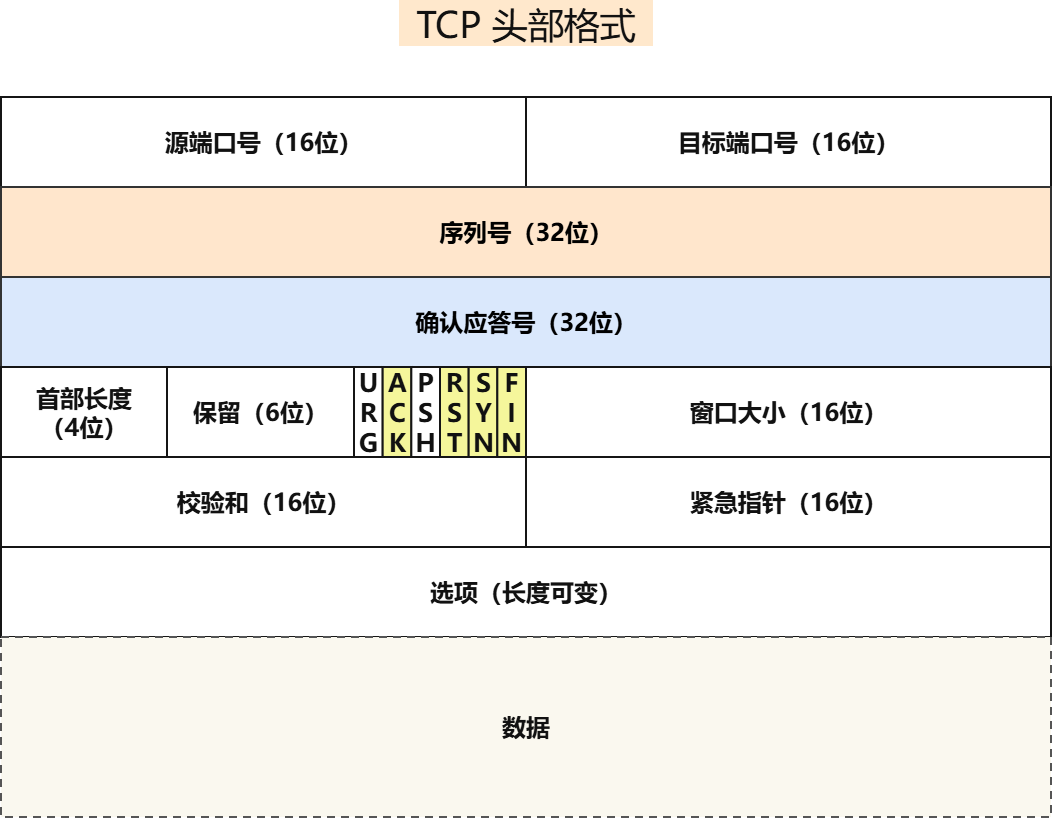
Above: network/TCP 头部格式.drawio.png in oHo404/imgrepo (draw.io), before the change. Source tidied: cells renumbered, new cells last; positions are measured from the earlier drawing's top-left corner, leaving out a move shared by most shapes. Source of this version:
```xml
<mxGraphModel>
  <root>
    <mxCell id="0" />
    <mxCell id="1" parent="0" />
    <mxCell id="2" value="TCP 头部格式" style="rounded=0;whiteSpace=wrap;html=0;align=center;verticalAlign=middle;fontFamily=Microsoft YaHei;fontSize=24;fontStyle=1;fontColor=#111111;strokeColor=#151515;strokeWidth=2;fillColor=#FFE8CC;spacing=0;strokeColor=none;fontSize=36;fontStyle=0;" parent="1" vertex="1">
      <mxGeometry x="398" width="254" height="46" as="geometry" />
    </mxCell>
    <mxCell id="3" value="源端口号（16位）" style="rounded=0;whiteSpace=wrap;html=0;align=center;verticalAlign=middle;fontFamily=Microsoft YaHei;fontSize=24;fontStyle=1;fontColor=#111111;strokeColor=#151515;strokeWidth=2;fillColor=#FFFFFF;spacing=0;" parent="1" vertex="1">
      <mxGeometry y="97" width="525" height="90" as="geometry" />
    </mxCell>
    <mxCell id="4" value="目标端口号（16位）" style="rounded=0;whiteSpace=wrap;html=0;align=center;verticalAlign=middle;fontFamily=Microsoft YaHei;fontSize=24;fontStyle=1;fontColor=#111111;strokeColor=#151515;strokeWidth=2;fillColor=#FFFFFF;spacing=0;" parent="1" vertex="1">
      <mxGeometry x="525" y="97" width="525" height="90" as="geometry" />
    </mxCell>
    <mxCell id="5" value="序列号（32位）" style="rounded=0;whiteSpace=wrap;html=0;align=center;verticalAlign=middle;fontFamily=Microsoft YaHei;fontSize=24;fontStyle=1;strokeColor=#333333;strokeWidth=2;fillColor=#ffe6cc;spacing=0;" parent="1" vertex="1">
      <mxGeometry y="187" width="1050" height="90" as="geometry" />
    </mxCell>
    <mxCell id="6" value="确认应答号（32位）" style="rounded=0;whiteSpace=wrap;html=0;align=center;verticalAlign=middle;fontFamily=Microsoft YaHei;fontSize=24;fontStyle=1;strokeColor=#333333;strokeWidth=2;fillColor=#dae8fc;spacing=0;" parent="1" vertex="1">
      <mxGeometry y="277" width="1050" height="90" as="geometry" />
    </mxCell>
    <mxCell id="7" value="首部长度&#10;（4位）" style="rounded=0;whiteSpace=wrap;html=0;align=center;verticalAlign=middle;fontFamily=Microsoft YaHei;fontSize=24;fontStyle=1;fontColor=#111111;strokeColor=#151515;strokeWidth=2;fillColor=#FFFFFF;spacing=0;" parent="1" vertex="1">
      <mxGeometry y="367" width="166" height="90" as="geometry" />
    </mxCell>
    <mxCell id="8" value="保留（6位）" style="rounded=0;whiteSpace=wrap;html=0;align=center;verticalAlign=middle;fontFamily=Microsoft YaHei;fontSize=24;fontStyle=1;fontColor=#111111;strokeColor=#151515;strokeWidth=2;fillColor=#FFFFFF;spacing=0;" parent="1" vertex="1">
      <mxGeometry x="166" y="367" width="187" height="90" as="geometry" />
    </mxCell>
    <mxCell id="9" value="U&#10;R&#10;G" style="rounded=0;whiteSpace=wrap;html=0;align=center;verticalAlign=middle;fontFamily=Microsoft YaHei;fontSize=24;fontStyle=1;fontColor=#111111;strokeColor=#151515;strokeWidth=2;fillColor=#FFFFFF;spacing=0;fontSize=25;spacing=0;" parent="1" vertex="1">
      <mxGeometry x="353" y="367" width="28.7" height="90" as="geometry" />
    </mxCell>
    <mxCell id="10" value="A&#10;C&#10;K" style="rounded=0;whiteSpace=wrap;html=0;align=center;verticalAlign=middle;fontFamily=Microsoft YaHei;fontSize=24;fontStyle=1;fontColor=#111111;strokeColor=#151515;strokeWidth=2;fillColor=#F5F69B;spacing=0;fontSize=25;spacing=0;" parent="1" vertex="1">
      <mxGeometry x="381.7" y="367" width="28.7" height="90" as="geometry" />
    </mxCell>
    <mxCell id="11" value="P&#10;S&#10;H" style="rounded=0;whiteSpace=wrap;html=0;align=center;verticalAlign=middle;fontFamily=Microsoft YaHei;fontSize=24;fontStyle=1;fontColor=#111111;strokeColor=#151515;strokeWidth=2;fillColor=#FFFFFF;spacing=0;fontSize=25;spacing=0;" parent="1" vertex="1">
      <mxGeometry x="410.3" y="367" width="28.7" height="90" as="geometry" />
    </mxCell>
    <mxCell id="12" value="R&#10;S&#10;T" style="rounded=0;whiteSpace=wrap;html=0;align=center;verticalAlign=middle;fontFamily=Microsoft YaHei;fontSize=24;fontStyle=1;fontColor=#111111;strokeColor=#151515;strokeWidth=2;fillColor=#F5F69B;spacing=0;fontSize=25;spacing=0;" parent="1" vertex="1">
      <mxGeometry x="439" y="367" width="28.7" height="90" as="geometry" />
    </mxCell>
    <mxCell id="13" value="S&#10;Y&#10;N" style="rounded=0;whiteSpace=wrap;html=0;align=center;verticalAlign=middle;fontFamily=Microsoft YaHei;fontSize=24;fontStyle=1;fontColor=#111111;strokeColor=#151515;strokeWidth=2;fillColor=#F5F69B;spacing=0;fontSize=25;spacing=0;" parent="1" vertex="1">
      <mxGeometry x="467.7" y="367" width="28.7" height="90" as="geometry" />
    </mxCell>
    <mxCell id="14" value="F&#10;I&#10;N" style="rounded=0;whiteSpace=wrap;html=0;align=center;verticalAlign=middle;fontFamily=Microsoft YaHei;fontSize=24;fontStyle=1;fontColor=#111111;strokeColor=#151515;strokeWidth=2;fillColor=#F5F69B;spacing=0;fontSize=25;spacing=0;" parent="1" vertex="1">
      <mxGeometry x="496.3" y="367" width="28.7" height="90" as="geometry" />
    </mxCell>
    <mxCell id="15" value="窗口大小（16位）" style="rounded=0;whiteSpace=wrap;html=0;align=center;verticalAlign=middle;fontFamily=Microsoft YaHei;fontSize=24;fontStyle=1;fontColor=#111111;strokeColor=#151515;strokeWidth=2;fillColor=#FFFFFF;spacing=0;" parent="1" vertex="1">
      <mxGeometry x="525" y="367" width="525" height="90" as="geometry" />
    </mxCell>
    <mxCell id="16" value="校验和（16位）" style="rounded=0;whiteSpace=wrap;html=0;align=center;verticalAlign=middle;fontFamily=Microsoft YaHei;fontSize=24;fontStyle=1;fontColor=#111111;strokeColor=#151515;strokeWidth=2;fillColor=#FFFFFF;spacing=0;" parent="1" vertex="1">
      <mxGeometry y="457" width="525" height="90" as="geometry" />
    </mxCell>
    <mxCell id="17" value="紧急指针（16位）" style="rounded=0;whiteSpace=wrap;html=0;align=center;verticalAlign=middle;fontFamily=Microsoft YaHei;fontSize=24;fontStyle=1;fontColor=#111111;strokeColor=#151515;strokeWidth=2;fillColor=#FFFFFF;spacing=0;" parent="1" vertex="1">
      <mxGeometry x="525" y="457" width="525" height="90" as="geometry" />
    </mxCell>
    <mxCell id="18" value="选项（长度可变）" style="rounded=0;whiteSpace=wrap;html=0;align=center;verticalAlign=middle;fontFamily=Microsoft YaHei;fontSize=24;fontStyle=1;fontColor=#111111;strokeColor=#151515;strokeWidth=2;fillColor=#FFFFFF;spacing=0;" parent="1" vertex="1">
      <mxGeometry y="547" width="1050" height="90" as="geometry" />
    </mxCell>
    <mxCell id="19" value="数据" style="rounded=0;whiteSpace=wrap;html=0;align=center;verticalAlign=middle;fontFamily=Microsoft YaHei;fontSize=24;fontStyle=1;fontColor=#111111;strokeColor=#151515;strokeWidth=2;fillColor=#FAF8EF;spacing=0;dashed=1;dashPattern=4 3;strokeColor=#555555;" parent="1" vertex="1">
      <mxGeometry y="637" width="1050" height="180" as="geometry" />
    </mxCell>
  </root>
</mxGraphModel>
```
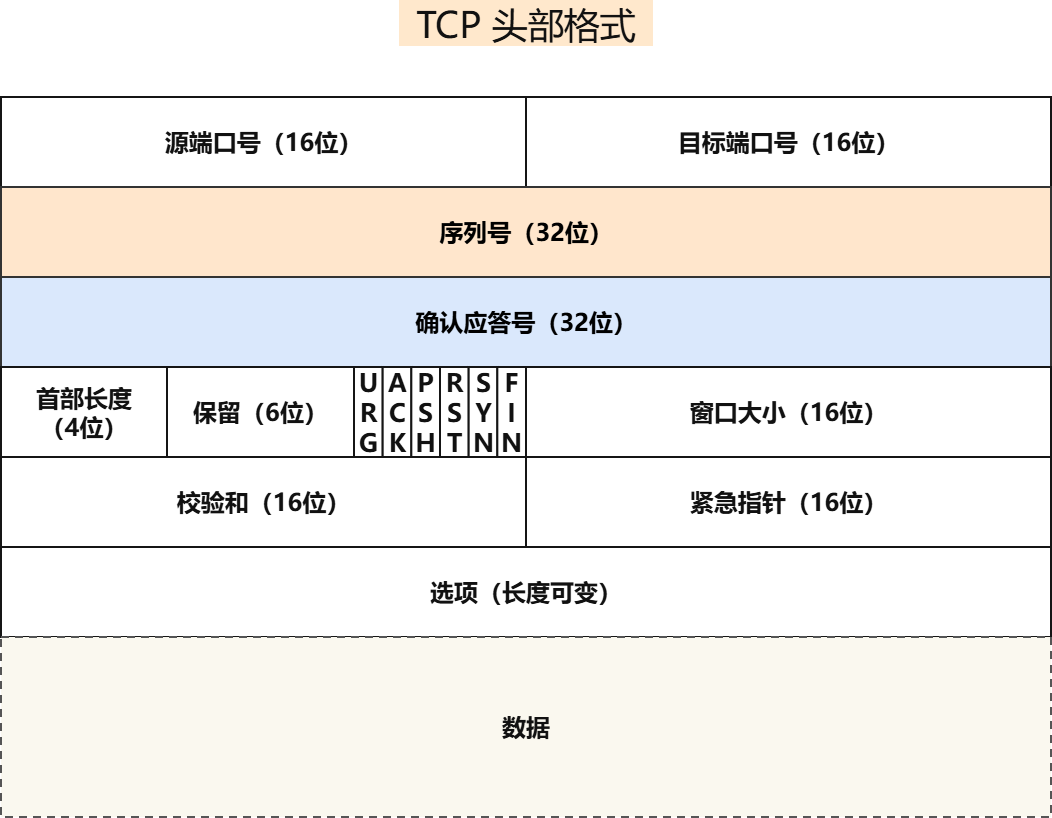
Above is the later version.

Commit message:
更新TCP 头部格式.drawio.png

The edit, as a diff of the source:
```diff
@@ -26,19 +26,19 @@
     <mxCell id="9" value="U&#10;R&#10;G" style="rounded=0;whiteSpace=wrap;html=0;align=center;verticalAlign=middle;fontFamily=Microsoft YaHei;fontSize=24;fontStyle=1;fontColor=#111111;strokeColor=#151515;strokeWidth=2;fillColor=#FFFFFF;spacing=0;fontSize=25;spacing=0;" parent="1" vertex="1">
       <mxGeometry x="353" y="367" width="28.7" height="90" as="geometry" />
     </mxCell>
-    <mxCell id="10" value="A&#10;C&#10;K" style="rounded=0;whiteSpace=wrap;html=0;align=center;verticalAlign=middle;fontFamily=Microsoft YaHei;fontSize=24;fontStyle=1;fontColor=#111111;strokeColor=#151515;strokeWidth=2;fillColor=#F5F69B;spacing=0;fontSize=25;spacing=0;" parent="1" vertex="1">
+    <mxCell id="10" value="A&#10;C&#10;K" style="rounded=0;whiteSpace=wrap;html=0;align=center;verticalAlign=middle;fontFamily=Microsoft YaHei;fontSize=24;fontStyle=1;fontColor=#111111;strokeColor=#151515;strokeWidth=2;fillColor=#FFFFFF;spacing=0;fontSize=25;spacing=0;" parent="1" vertex="1">
       <mxGeometry x="381.7" y="367" width="28.7" height="90" as="geometry" />
     </mxCell>
     <mxCell id="11" value="P&#10;S&#10;H" style="rounded=0;whiteSpace=wrap;html=0;align=center;verticalAlign=middle;fontFamily=Microsoft YaHei;fontSize=24;fontStyle=1;fontColor=#111111;strokeColor=#151515;strokeWidth=2;fillColor=#FFFFFF;spacing=0;fontSize=25;spacing=0;" parent="1" vertex="1">
       <mxGeometry x="410.3" y="367" width="28.7" height="90" as="geometry" />
     </mxCell>
-    <mxCell id="12" value="R&#10;S&#10;T" style="rounded=0;whiteSpace=wrap;html=0;align=center;verticalAlign=middle;fontFamily=Microsoft YaHei;fontSize=24;fontStyle=1;fontColor=#111111;strokeColor=#151515;strokeWidth=2;fillColor=#F5F69B;spacing=0;fontSize=25;spacing=0;" parent="1" vertex="1">
+    <mxCell id="12" value="R&#10;S&#10;T" style="rounded=0;whiteSpace=wrap;html=0;align=center;verticalAlign=middle;fontFamily=Microsoft YaHei;fontSize=24;fontStyle=1;fontColor=#111111;strokeColor=#151515;strokeWidth=2;fillColor=default;spacing=0;fontSize=25;spacing=0;" parent="1" vertex="1">
       <mxGeometry x="439" y="367" width="28.7" height="90" as="geometry" />
     </mxCell>
-    <mxCell id="13" value="S&#10;Y&#10;N" style="rounded=0;whiteSpace=wrap;html=0;align=center;verticalAlign=middle;fontFamily=Microsoft YaHei;fontSize=24;fontStyle=1;fontColor=#111111;strokeColor=#151515;strokeWidth=2;fillColor=#F5F69B;spacing=0;fontSize=25;spacing=0;" parent="1" vertex="1">
+    <mxCell id="13" value="S&#10;Y&#10;N" style="rounded=0;whiteSpace=wrap;html=0;align=center;verticalAlign=middle;fontFamily=Microsoft YaHei;fontSize=24;fontStyle=1;fontColor=#111111;strokeColor=#151515;strokeWidth=2;fillColor=default;spacing=0;fontSize=25;spacing=0;" parent="1" vertex="1">
       <mxGeometry x="467.7" y="367" width="28.7" height="90" as="geometry" />
     </mxCell>
-    <mxCell id="14" value="F&#10;I&#10;N" style="rounded=0;whiteSpace=wrap;html=0;align=center;verticalAlign=middle;fontFamily=Microsoft YaHei;fontSize=24;fontStyle=1;fontColor=#111111;strokeColor=#151515;strokeWidth=2;fillColor=#F5F69B;spacing=0;fontSize=25;spacing=0;" parent="1" vertex="1">
+    <mxCell id="14" value="F&#10;I&#10;N" style="rounded=0;whiteSpace=wrap;html=0;align=center;verticalAlign=middle;fontFamily=Microsoft YaHei;fontSize=24;fontStyle=1;fontColor=#111111;strokeColor=#151515;strokeWidth=2;fillColor=default;spacing=0;fontSize=25;spacing=0;" parent="1" vertex="1">
       <mxGeometry x="496.3" y="367" width="28.7" height="90" as="geometry" />
     </mxCell>
     <mxCell id="15" value="窗口大小（16位）" style="rounded=0;whiteSpace=wrap;html=0;align=center;verticalAlign=middle;fontFamily=Microsoft YaHei;fontSize=24;fontStyle=1;fontColor=#111111;strokeColor=#151515;strokeWidth=2;fillColor=#FFFFFF;spacing=0;" parent="1" vertex="1">
```
